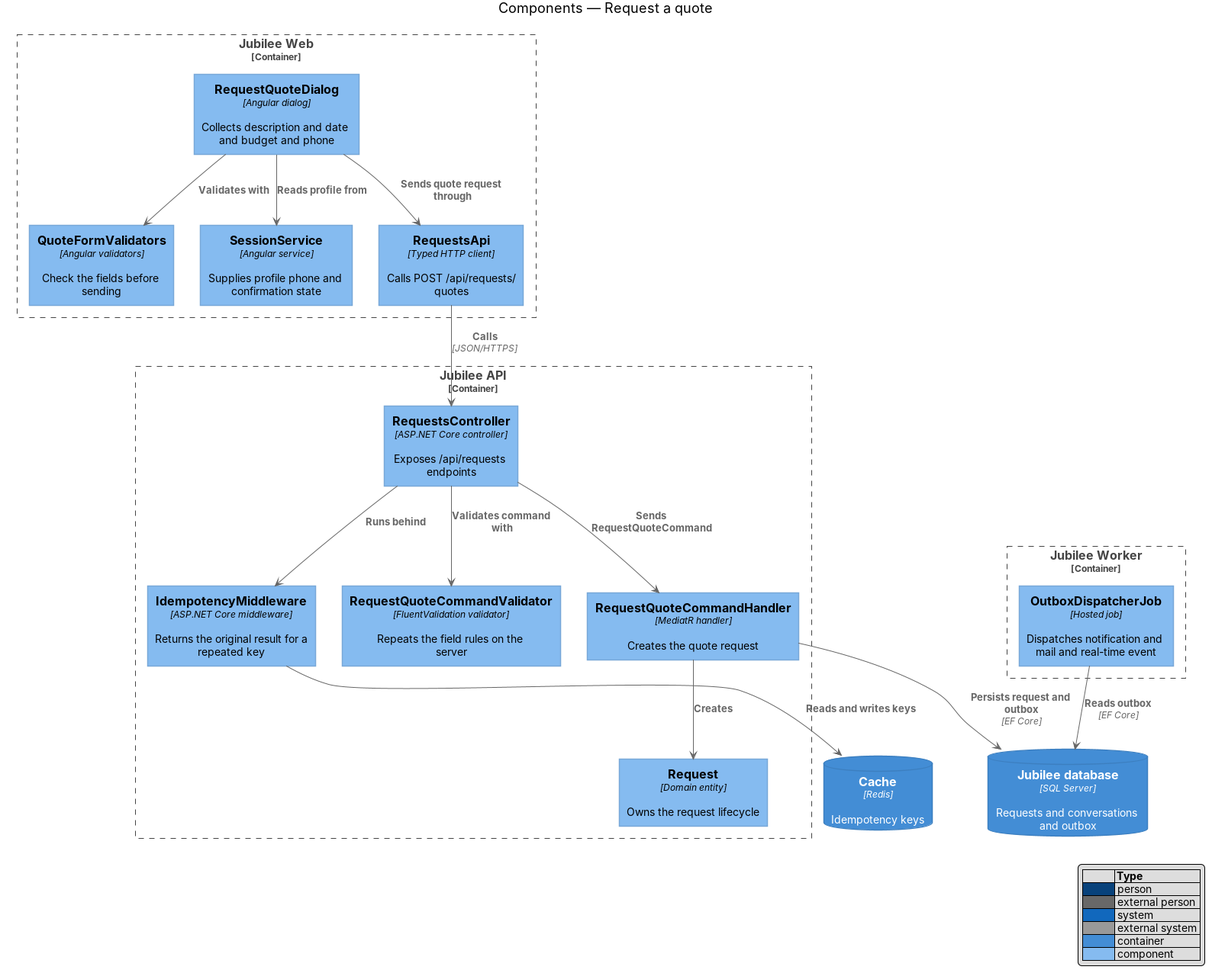
This is docs/detailed-designs/requests/request-quote/diagrams/c4-component.png from QuinntyneBrown/jubilee, a PlantUML export, as it was before one commit. Its source is kept beside it as docs/detailed-designs/requests/request-quote/diagrams/c4-component.puml. Source of this version:
```plantuml
@startuml
!include <C4/C4_Component>
LAYOUT_WITH_LEGEND()
title Components — Request a quote

Container_Boundary(web, "Jubilee Web") {
  Component(dialog, "RequestQuoteDialog", "Angular dialog", "Collects description and date and budget and phone")
  Component(fv, "QuoteFormValidators", "Angular validators", "Check the fields before sending")
  Component(session, "SessionService", "Angular service", "Supplies profile phone and confirmation state")
  Component(client, "RequestsApi", "Typed HTTP client", "Calls POST /api/requests/quotes")
}
Container_Boundary(api, "Jubilee API") {
  Component(ctrl, "RequestsController", "ASP.NET Core controller", "Exposes /api/requests endpoints")
  Component(idem, "IdempotencyMiddleware", "ASP.NET Core middleware", "Returns the original result for a repeated key")
  Component(val, "RequestQuoteCommandValidator", "FluentValidation validator", "Repeats the field rules on the server")
  Component(handler, "RequestQuoteCommandHandler", "MediatR handler", "Creates the quote request")
  Component(entity, "Request", "Domain entity", "Owns the request lifecycle")
}
Container_Boundary(worker, "Jubilee Worker") {
  Component(outbox, "OutboxDispatcherJob", "Hosted job", "Dispatches notification and mail and real-time event")
}
ContainerDb(db, "Jubilee database", "SQL Server", "Requests and conversations and outbox")
ContainerDb(cache, "Cache", "Redis", "Idempotency keys")

Rel(dialog, fv, "Validates with")
Rel(dialog, session, "Reads profile from")
Rel(dialog, client, "Sends quote request through")
Rel(client, ctrl, "Calls", "JSON/HTTPS")
Rel(ctrl, idem, "Runs behind")
Rel(idem, cache, "Reads and writes keys")
Rel(ctrl, val, "Validates command with")
Rel(ctrl, handler, "Sends RequestQuoteCommand")
Rel(handler, entity, "Creates")
Rel(handler, db, "Persists request and outbox", "EF Core")
Rel(outbox, db, "Reads outbox", "EF Core")
@enduml
```
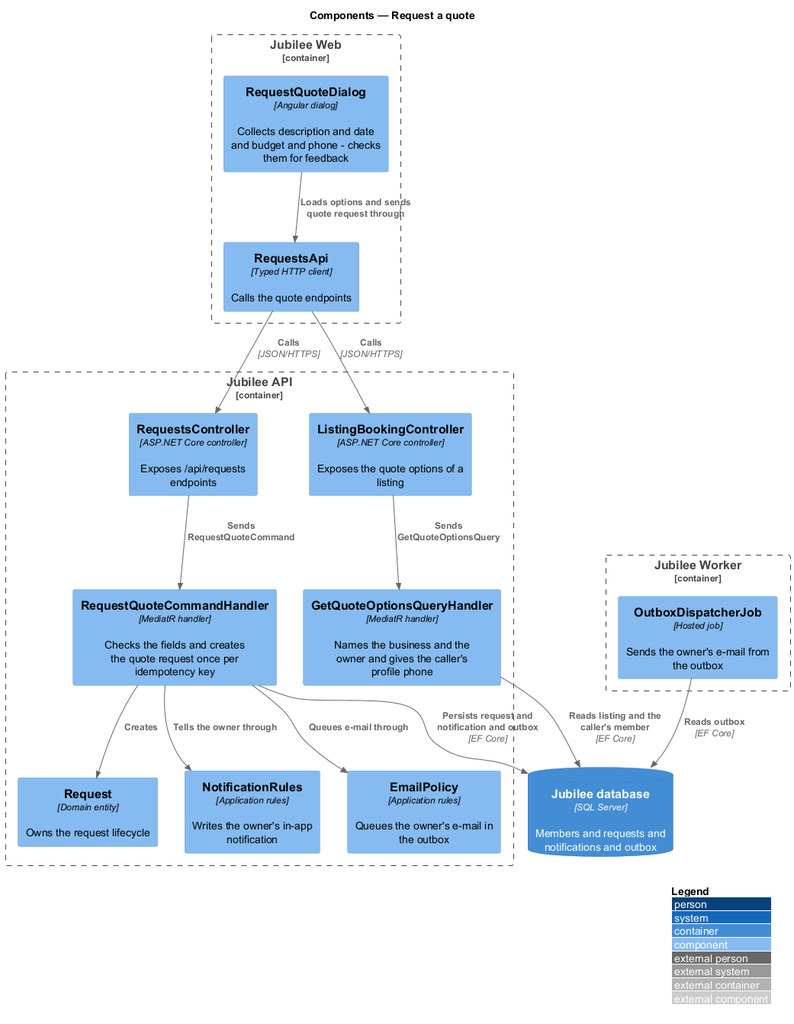
The same diagram one commit later.

What changed in the source:
```diff
@@ -4,33 +4,32 @@
 title Components — Request a quote
 
 Container_Boundary(web, "Jubilee Web") {
-  Component(dialog, "RequestQuoteDialog", "Angular dialog", "Collects description and date and budget and phone")
-  Component(fv, "QuoteFormValidators", "Angular validators", "Check the fields before sending")
-  Component(session, "SessionService", "Angular service", "Supplies profile phone and confirmation state")
-  Component(client, "RequestsApi", "Typed HTTP client", "Calls POST /api/requests/quotes")
+  Component(dialog, "RequestQuoteDialog", "Angular dialog", "Collects description and date and budget and phone - checks them for feedback")
+  Component(client, "RequestsApi", "Typed HTTP client", "Calls the quote endpoints")
 }
 Container_Boundary(api, "Jubilee API") {
+  Component(listingCtrl, "ListingBookingController", "ASP.NET Core controller", "Exposes the quote options of a listing")
   Component(ctrl, "RequestsController", "ASP.NET Core controller", "Exposes /api/requests endpoints")
-  Component(idem, "IdempotencyMiddleware", "ASP.NET Core middleware", "Returns the original result for a repeated key")
-  Component(val, "RequestQuoteCommandValidator", "FluentValidation validator", "Repeats the field rules on the server")
-  Component(handler, "RequestQuoteCommandHandler", "MediatR handler", "Creates the quote request")
+  Component(options, "GetQuoteOptionsQueryHandler", "MediatR handler", "Names the business and the owner and gives the caller's profile phone")
+  Component(handler, "RequestQuoteCommandHandler", "MediatR handler", "Checks the fields and creates the quote request once per idempotency key")
   Component(entity, "Request", "Domain entity", "Owns the request lifecycle")
+  Component(tell, "NotificationRules", "Application rules", "Writes the owner's in-app notification")
+  Component(mail, "EmailPolicy", "Application rules", "Queues the owner's e-mail in the outbox")
 }
 Container_Boundary(worker, "Jubilee Worker") {
-  Component(outbox, "OutboxDispatcherJob", "Hosted job", "Dispatches notification and mail and real-time event")
+  Component(outbox, "OutboxDispatcherJob", "Hosted job", "Sends the owner's e-mail from the outbox")
 }
-ContainerDb(db, "Jubilee database", "SQL Server", "Requests and conversations and outbox")
-ContainerDb(cache, "Cache", "Redis", "Idempotency keys")
+ContainerDb(db, "Jubilee database", "SQL Server", "Members and requests and notifications and outbox")
 
-Rel(dialog, fv, "Validates with")
-Rel(dialog, session, "Reads profile from")
-Rel(dialog, client, "Sends quote request through")
+Rel(dialog, client, "Loads options and sends quote request through")
+Rel(client, listingCtrl, "Calls", "JSON/HTTPS")
 Rel(client, ctrl, "Calls", "JSON/HTTPS")
-Rel(ctrl, idem, "Runs behind")
-Rel(idem, cache, "Reads and writes keys")
-Rel(ctrl, val, "Validates command with")
+Rel(listingCtrl, options, "Sends GetQuoteOptionsQuery")
 Rel(ctrl, handler, "Sends RequestQuoteCommand")
+Rel(options, db, "Reads listing and the caller's member", "EF Core")
 Rel(handler, entity, "Creates")
-Rel(handler, db, "Persists request and outbox", "EF Core")
+Rel(handler, tell, "Tells the owner through")
+Rel(handler, mail, "Queues e-mail through")
+Rel(handler, db, "Persists request and notification and outbox", "EF Core")
 Rel(outbox, db, "Reads outbox", "EF Core")
 @enduml
```
